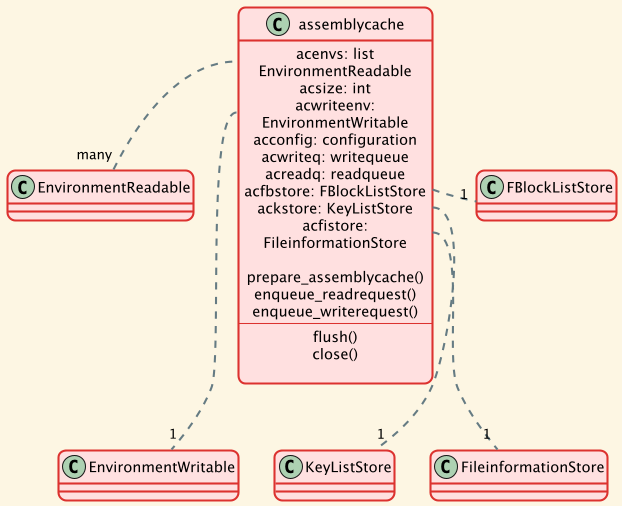
The PlantUML diagram out/services.uml/assemblycache/assemblycache modules.png in eLyKseeR/modelling, before a commit.
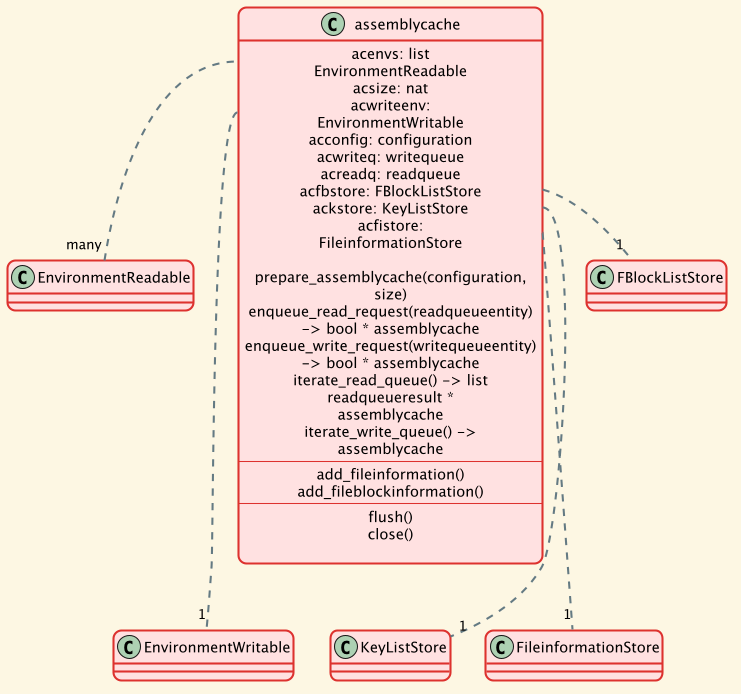
The same diagram one commit later.

Diff of the diagram source:
```diff
@@ -13,6 +13,11 @@
 assemblycache::acfistore .. "1" FileinformationStore
 
 remove ENV
+remove readqueueentity
+remove writequeueentity
+remove readqueueresult
+remove readqueue
+remove writequeue
 remove assemblyinformation
 remove environment
 remove keyinformation
```
